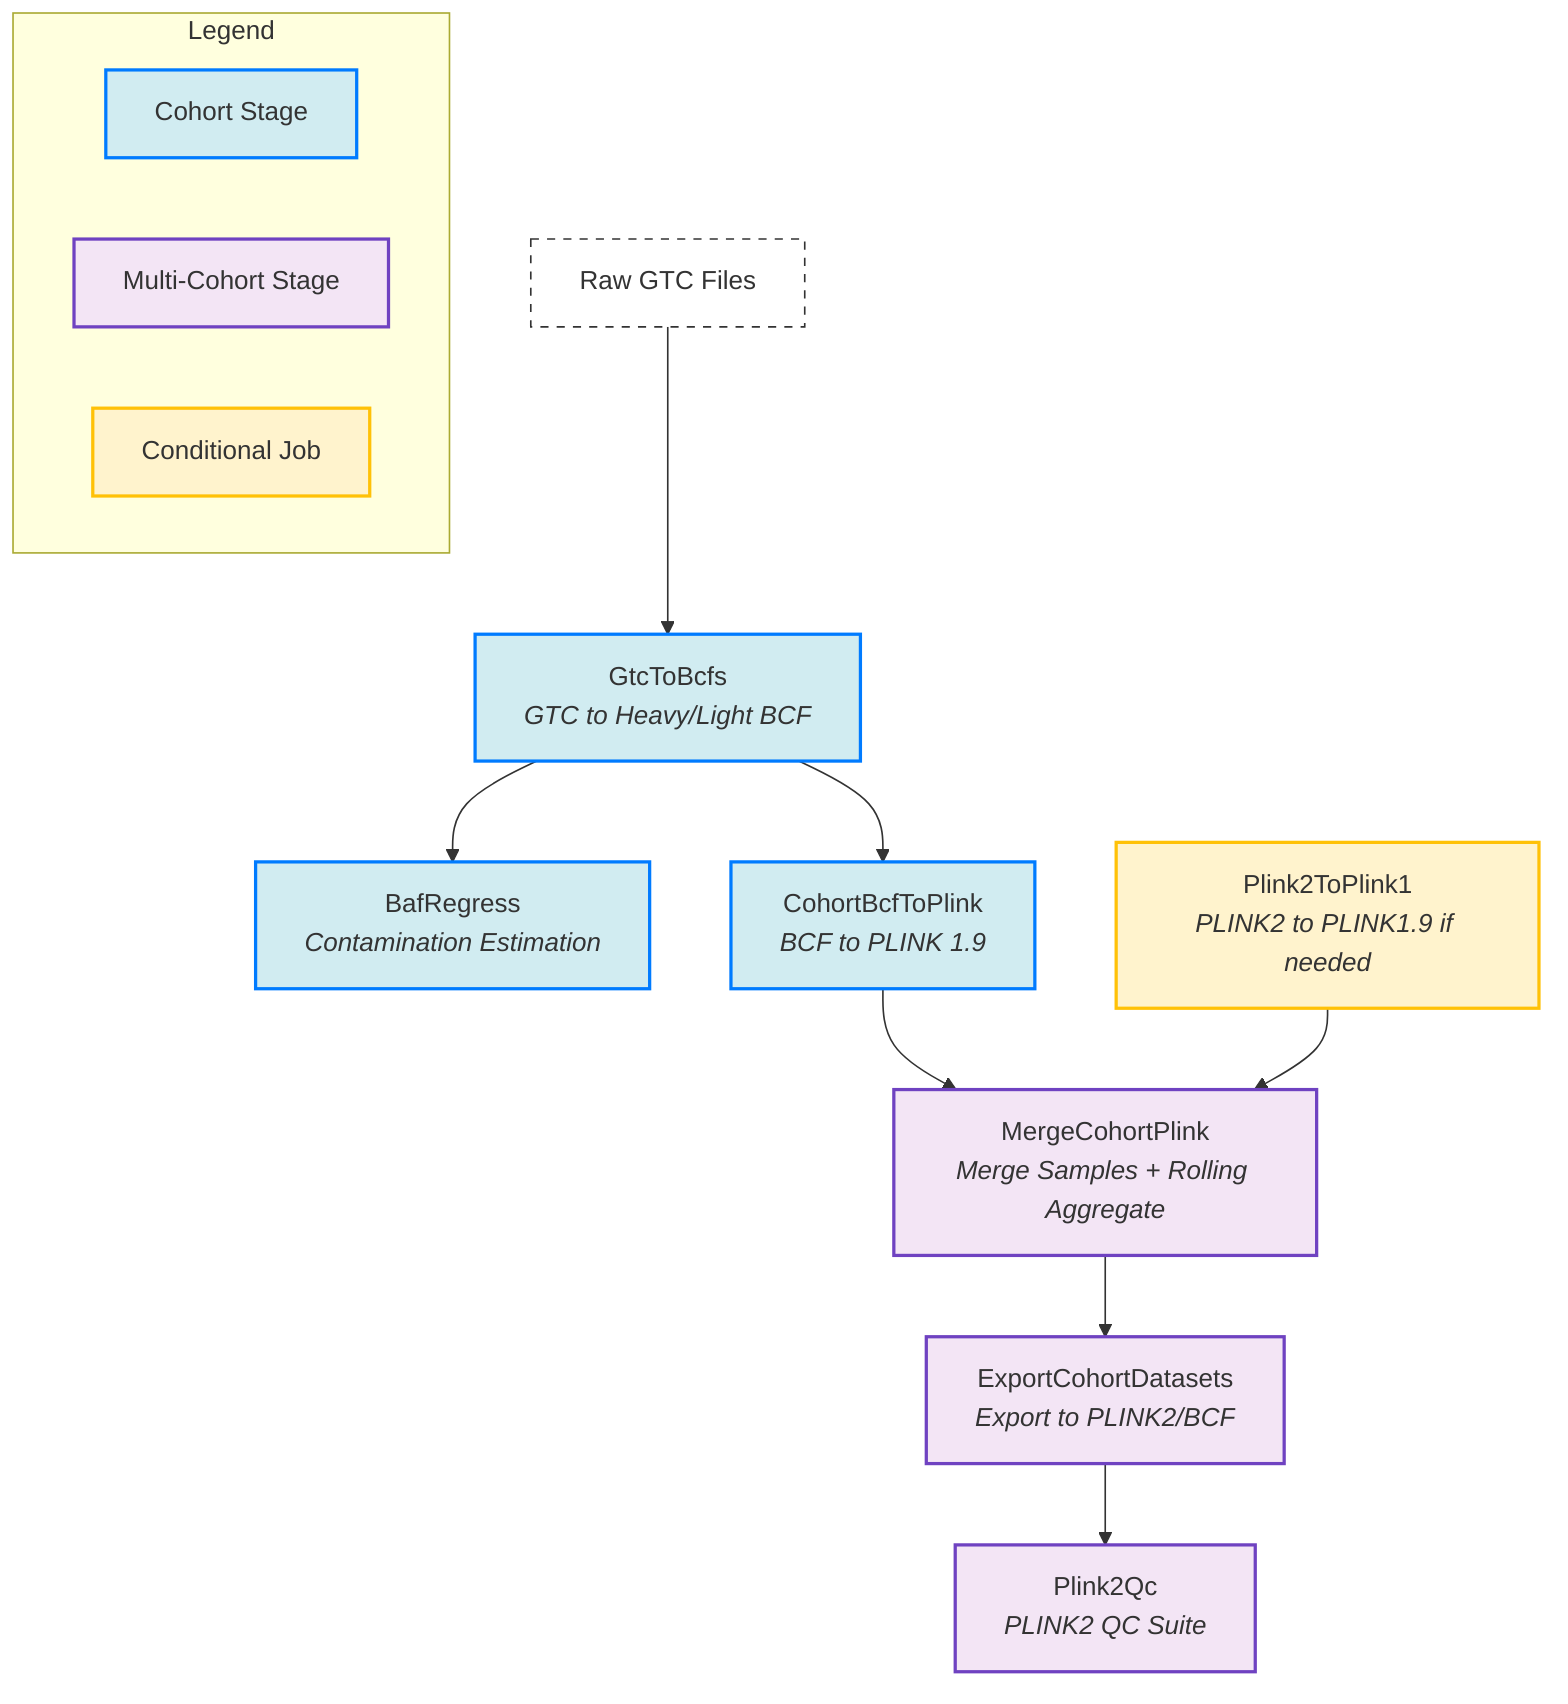
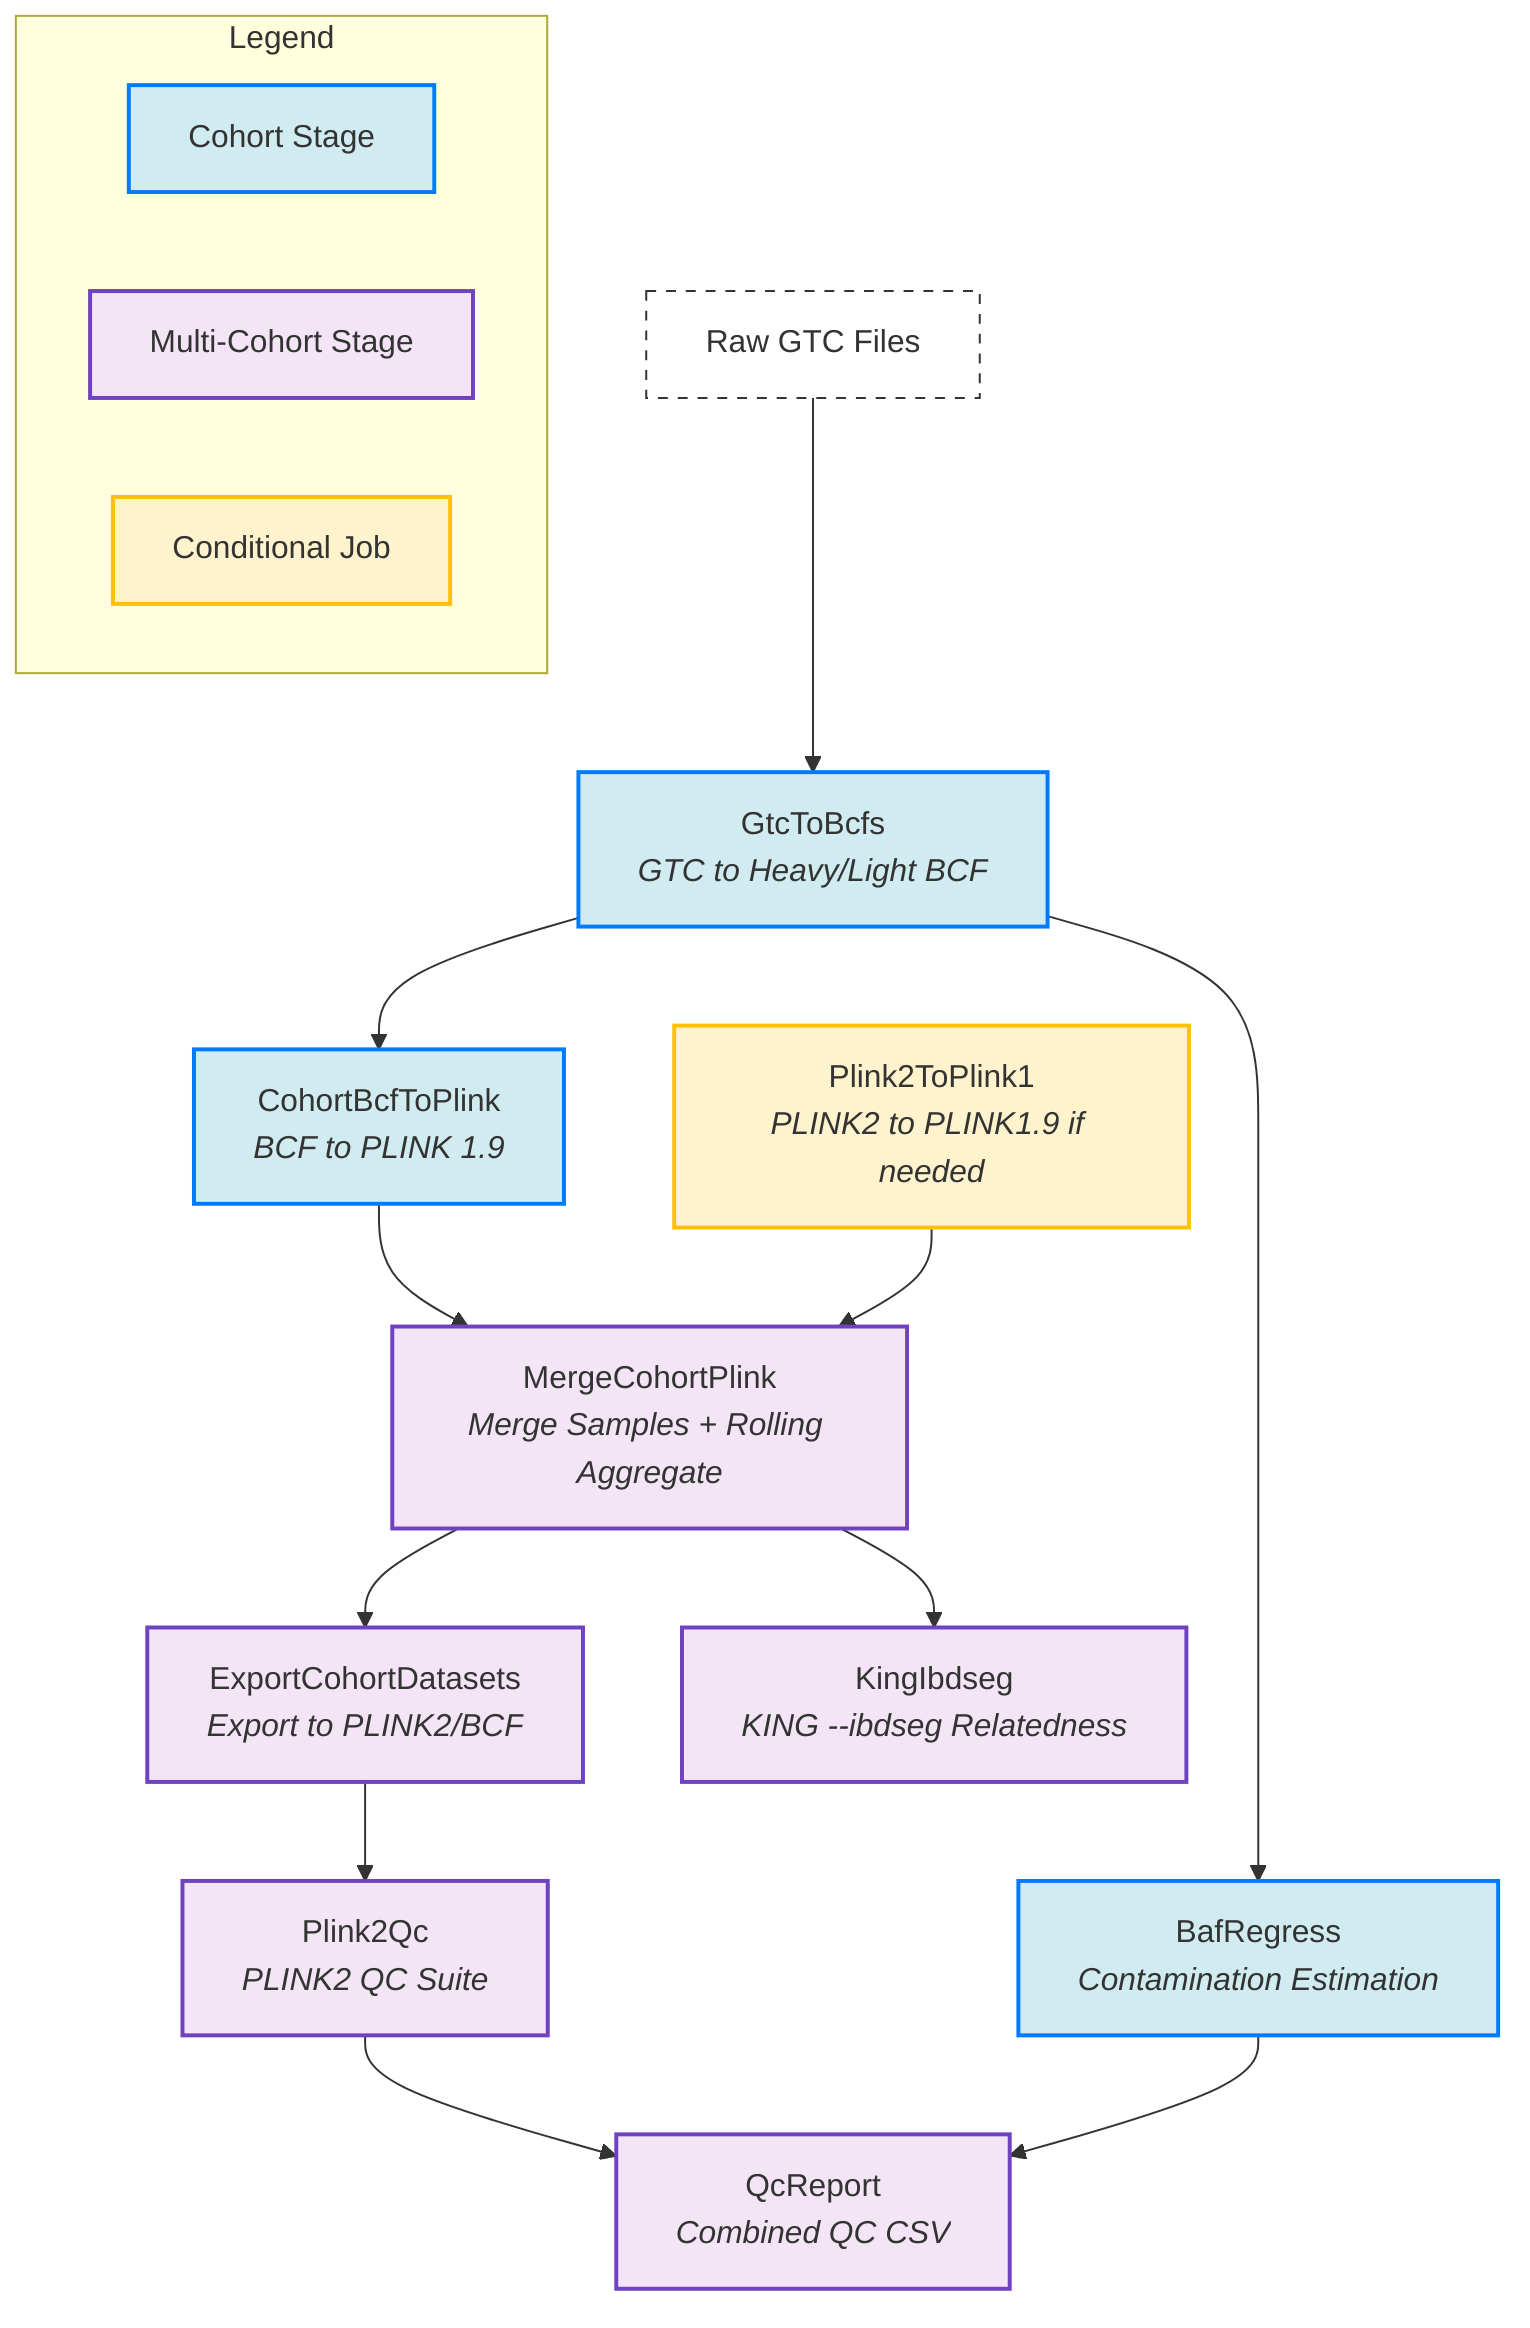
graph TD
    subgraph Legend
        direction LR
        L1[Cohort Stage]:::cohort
        L2[Multi-Cohort Stage]:::multicohort
        L3[Conditional Job]:::conditional
    end

    %% DAG Structure
    GTC[Raw GTC Files]:::data --> GtoB[GtcToBcfs<br/><i>GTC to Heavy/Light BCF</i>]:::cohort
    GtoB --> BAF[BafRegress<br/><i>Contamination Estimation</i>]:::cohort
    GtoB --> BtoP[CohortBcfToPlink<br/><i>BCF to PLINK 1.9</i>]:::cohort
    BtoP --> MCP[MergeCohortPlink<br/><i>Merge Samples + Rolling Aggregate</i>]:::multicohort
    P2P1[Plink2ToPlink1<br/><i>PLINK2 to PLINK1.9 if needed</i>]:::conditional --> MCP
    MCP --> ECD[ExportCohortDatasets<br/><i>Export to PLINK2/BCF</i>]:::multicohort
+     MCP --> KING[KingIbdseg<br/><i>KING --ibdseg Relatedness</i>]:::multicohort
    ECD --> QC[Plink2Qc<br/><i>PLINK2 QC Suite</i>]:::multicohort
+     QC --> QR[QcReport<br/><i>Combined QC CSV</i>]:::multicohort
+     BAF --> QR

    %% Component styling
    classDef cohort fill:#d1ecf1,stroke:#007bff,stroke-width:2px;
    classDef multicohort fill:#f3e5f5,stroke:#6f42c1,stroke-width:2px;
    classDef conditional fill:#fff3cd,stroke:#ffc107,stroke-width:2px;
    classDef data fill:#fff,stroke:#333,stroke-dasharray: 5 5;

    %% Explicit classes
    class GtoB,BAF,BtoP cohort;
-     class MCP,ECD,QC multicohort;
+     class MCP,ECD,QC,KING,QR multicohort;
    class P2P1 conditional;
